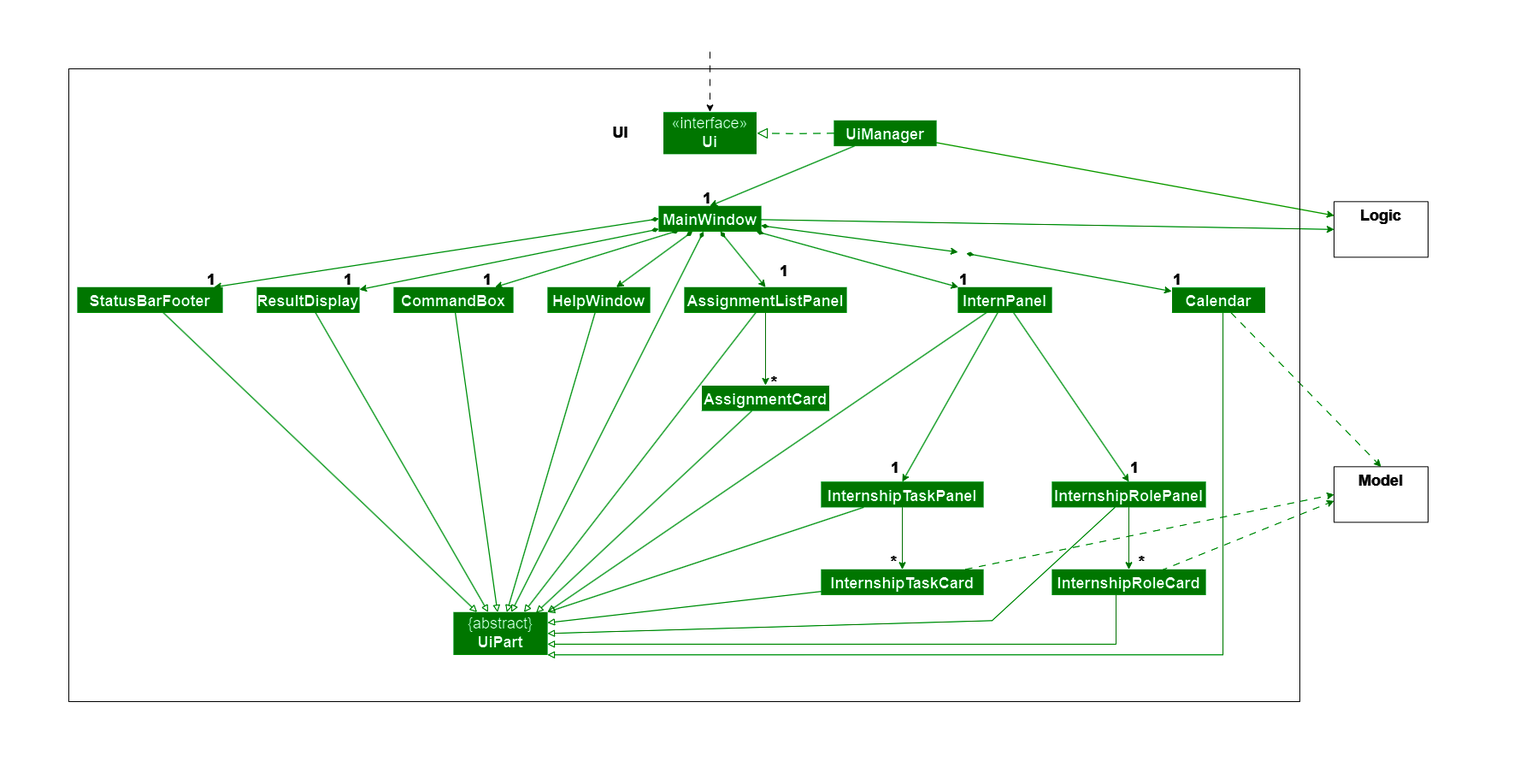
The draw.io diagram docs/images/UiClassDiagram.png in AY2324S1-CS2103T-T12-3/tp, before a commit. Source tidied: cells renumbered, new cells last; positions are measured from the earlier drawing's top-left corner, leaving out a move shared by most shapes.
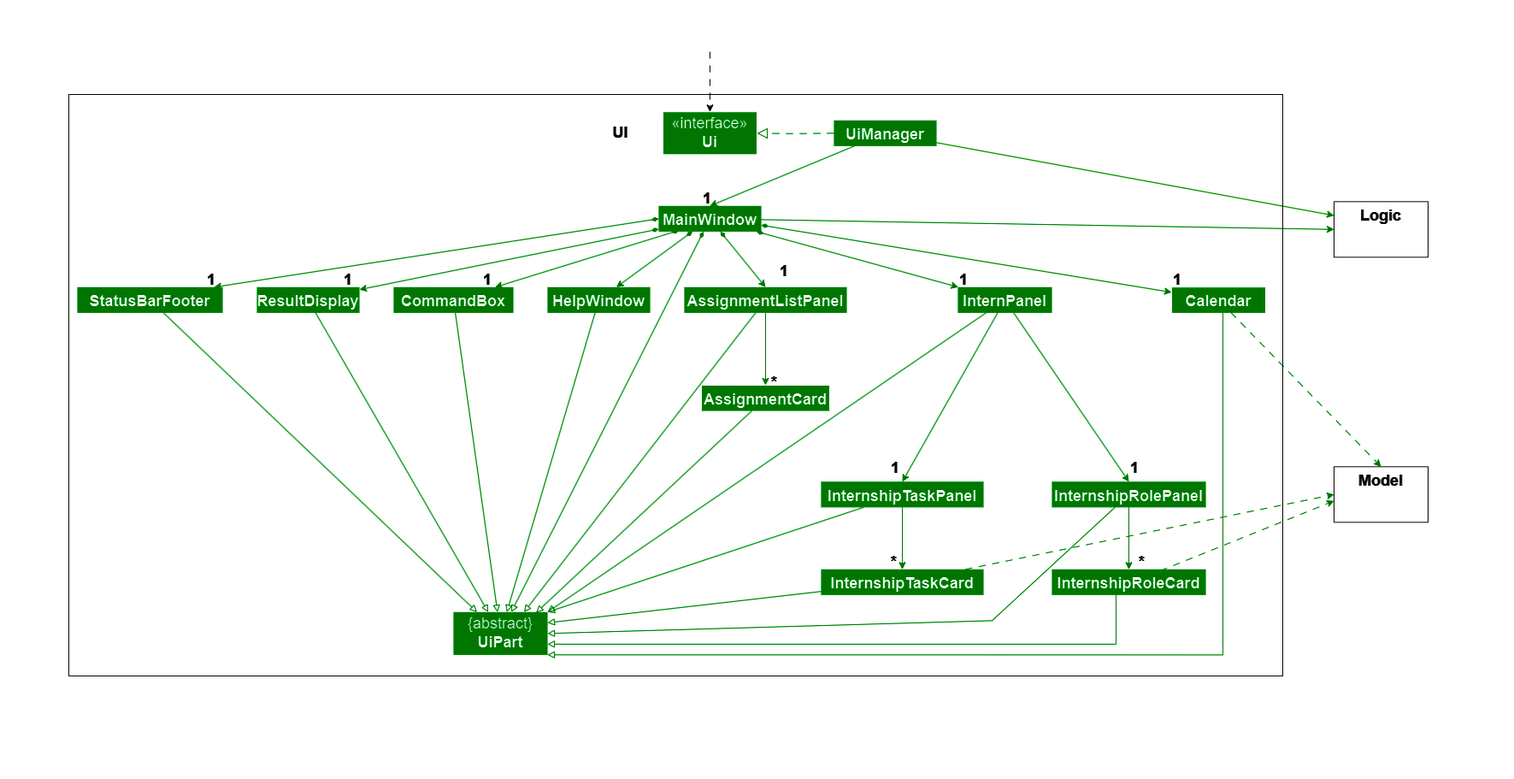
Above is the later version.

Commit message:
Fix arrow issue with image

Diff of the diagram source:
```diff
@@ -45,7 +45,7 @@
     <mxCell id="13" style="rounded=0;jettySize=auto;html=1;startArrow=diamondThin;startFill=1;strokeColor=#36FF50;fontSize=18;" parent="1" edge="1" source="17" target="38">
       <mxGeometry relative="1" as="geometry" />
     </mxCell>
-    <mxCell id="14" style="rounded=0;jettySize=auto;html=1;startArrow=diamondThin;startFill=1;strokeColor=#36FF50;fontSize=18;" parent="1" edge="1" source="70" target="41">
+    <mxCell id="14" style="rounded=0;jettySize=auto;html=1;startArrow=diamondThin;startFill=1;strokeColor=#36FF50;fontSize=18;exitX=1;exitY=0.75;exitDx=0;exitDy=0;" parent="1" edge="1" source="17" target="41">
       <mxGeometry relative="1" as="geometry" />
     </mxCell>
     <mxCell id="15" style="rounded=0;jettySize=auto;html=1;entryX=0;entryY=0.5;entryDx=0;entryDy=0;strokeColor=#36FF50;fontSize=18;" parent="1" edge="1" source="17" target="50">
@@ -238,14 +238,11 @@
         <mxPoint x="830" y="60" as="sourcePoint" />
       </mxGeometry>
     </mxCell>
-    <mxCell id="69" style="rounded=0;jettySize=auto;html=1;startArrow=diamondThin;startFill=1;strokeColor=#36FF50;fontSize=18;" parent="1" edge="1" source="17" target="70">
-      <mxGeometry relative="1" as="geometry" />
-    </mxCell>
     <mxCell id="70" value="&lt;h5 style=&quot;border-color: var(--border-color); font-family: Helvetica; font-style: normal; font-variant-ligatures: normal; font-variant-caps: normal; letter-spacing: normal; orphans: 2; text-align: center; text-indent: 0px; text-transform: none; widows: 2; word-spacing: 0px; -webkit-text-stroke-width: 0px; text-decoration-thickness: initial; text-decoration-style: initial; text-decoration-color: initial; font-size: 18px;&quot;&gt;1&lt;/h5&gt;" style="text;whiteSpace=wrap;html=1;fontSize=18;fontFamily=Helvetica;fontColor=#FFFFFF;labelBackgroundColor=none;" parent="1" vertex="1">
       <mxGeometry x="1120" y="280" width="10" height="30" as="geometry" />
     </mxCell>
-    <mxCell id="71" style="rounded=0;whiteSpace=wrap;html=1;fillColor=none;strokeColor=#FFFFFF;" parent="1" vertex="1">
-      <mxGeometry x="80" y="80" width="1440" height="740" as="geometry" />
-    </mxCell>
+    <mxCell id="72" style="rounded=0;whiteSpace=wrap;html=1;fillColor=none;strokeColor=#FFFFFF;" parent="1" vertex="1">
+      <mxGeometry x="80" y="110" width="1420" height="680" as="geometry" />
+    </mxCell>
   </root>
 </mxGraphModel>
```
